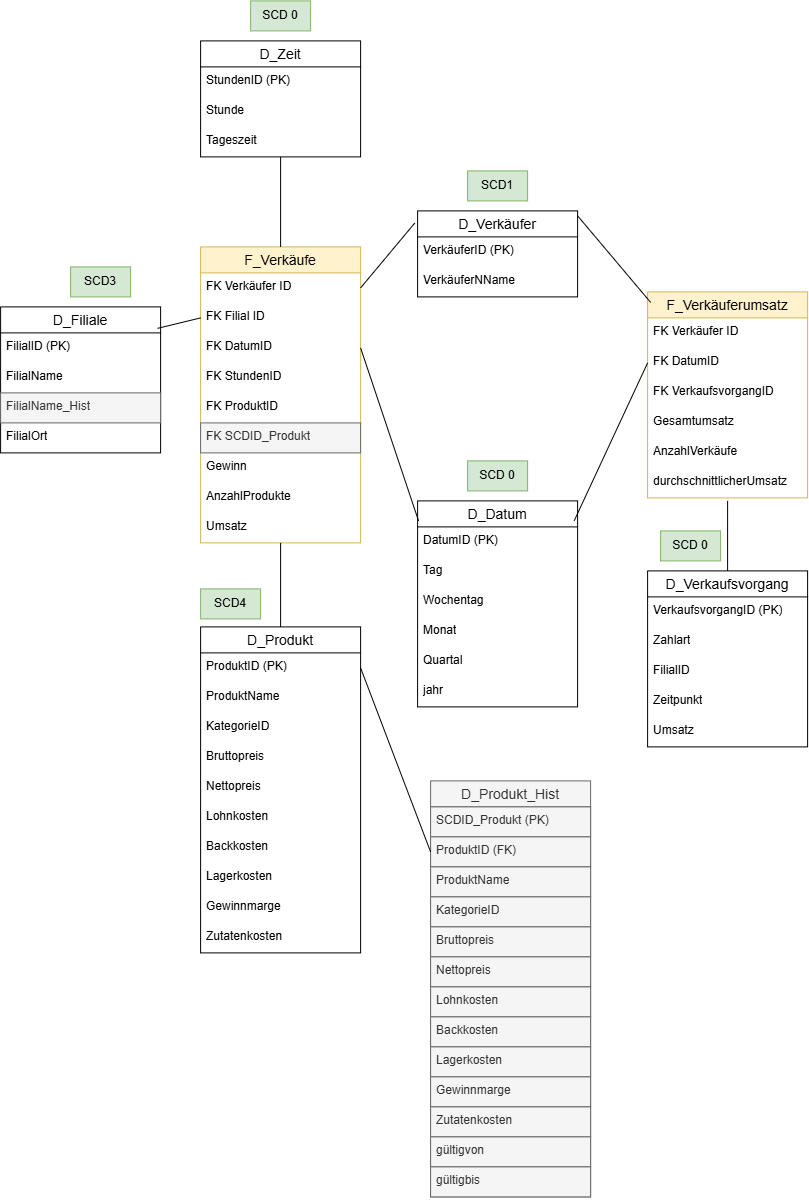
The draw.io diagram Präsentation/Galaxyschema_BrotZeit_mitSCD.png in Thoerchen/BackZeit, before a commit. Source tidied: cells renumbered, new cells last; positions are measured from the earlier drawing's top-left corner, leaving out a move shared by most shapes.
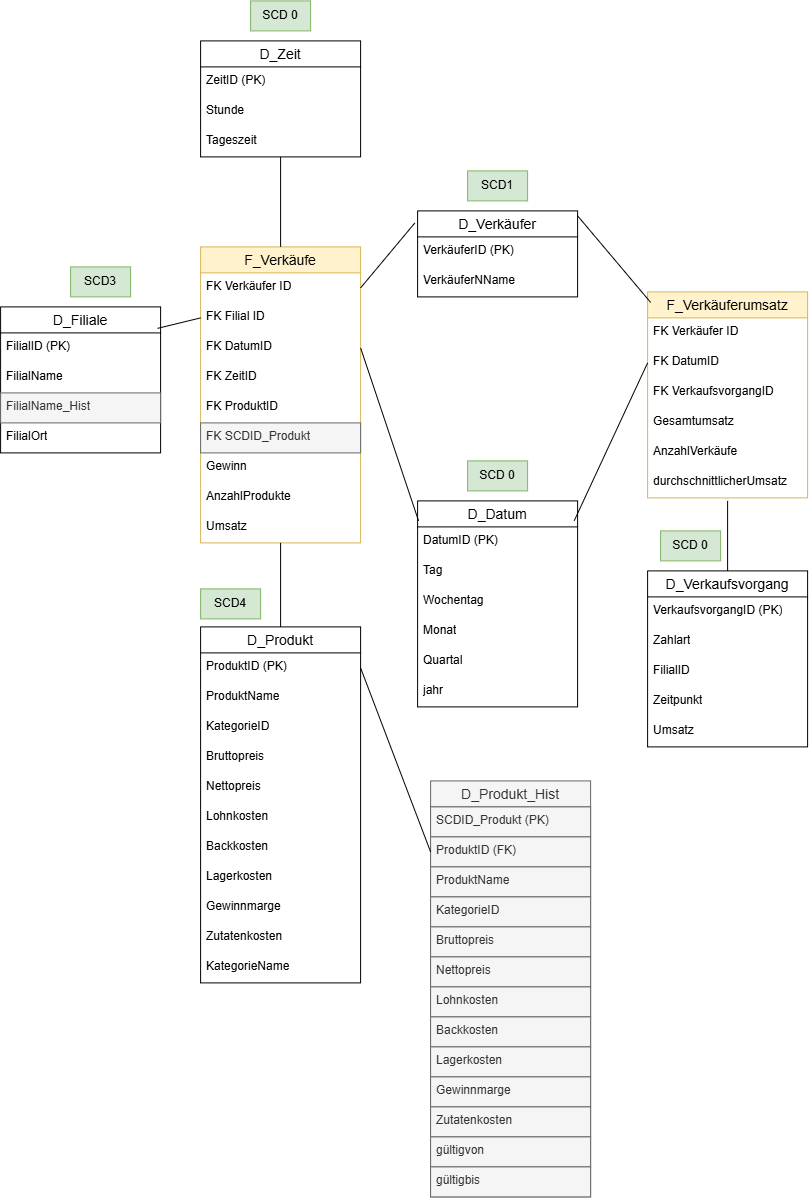
Above is the later version.

What changed in the source:
```diff
@@ -14,7 +14,7 @@
     <mxCell id="5" value="FK DatumID" style="text;strokeColor=none;fillColor=none;spacingLeft=4;spacingRight=4;overflow=hidden;points=[[0,0.5],[1,0.5]];portConstraint=eastwest;fontSize=12;whiteSpace=wrap;html=1;" parent="2" vertex="1">
       <mxGeometry y="86" width="160" height="30" as="geometry" />
     </mxCell>
-    <mxCell id="6" value="FK StundenID" style="text;strokeColor=none;fillColor=none;spacingLeft=4;spacingRight=4;overflow=hidden;fontSize=12;whiteSpace=wrap;html=1;" parent="2" vertex="1">
+    <mxCell id="6" value="FK ZeitID" style="text;strokeColor=none;fillColor=none;spacingLeft=4;spacingRight=4;overflow=hidden;fontSize=12;whiteSpace=wrap;html=1;" parent="2" vertex="1">
       <mxGeometry y="116" width="160" height="30" as="geometry" />
     </mxCell>
     <mxCell id="7" value="FK ProduktID" style="text;strokeColor=none;fillColor=none;spacingLeft=4;spacingRight=4;overflow=hidden;fontSize=12;whiteSpace=wrap;html=1;" parent="2" vertex="1">
@@ -80,7 +80,7 @@
     <mxCell id="27" value="D_Zeit" style="swimlane;fontStyle=0;horizontal=1;startSize=26;align=center;fontSize=14;" parent="1" vertex="1">
       <mxGeometry x="200" y="40" width="160" height="116" as="geometry" />
     </mxCell>
-    <mxCell id="28" value="StundenID (PK)" style="text;strokeColor=none;fillColor=none;spacingLeft=4;spacingRight=4;overflow=hidden;fontSize=12;whiteSpace=wrap;html=1;" parent="27" vertex="1">
+    <mxCell id="28" value="ZeitID (PK)" style="text;strokeColor=none;fillColor=none;spacingLeft=4;spacingRight=4;overflow=hidden;fontSize=12;whiteSpace=wrap;html=1;" parent="27" vertex="1">
       <mxGeometry y="26" width="160" height="30" as="geometry" />
     </mxCell>
     <mxCell id="29" value="Stunde" style="text;strokeColor=none;fillColor=none;spacingLeft=4;spacingRight=4;overflow=hidden;fontSize=12;whiteSpace=wrap;html=1;" parent="27" vertex="1">
@@ -90,7 +90,7 @@
       <mxGeometry y="86" width="160" height="30" as="geometry" />
     </mxCell>
     <mxCell id="31" value="D_Produkt" style="swimlane;fontStyle=0;horizontal=1;startSize=26;align=center;fontSize=14;" parent="1" vertex="1">
-      <mxGeometry x="200" y="626" width="160" height="326" as="geometry" />
+      <mxGeometry x="200" y="626" width="160" height="356" as="geometry" />
     </mxCell>
     <mxCell id="32" value="ProduktID (PK)" style="text;strokeColor=none;fillColor=none;spacingLeft=4;spacingRight=4;overflow=hidden;points=[[0,0.5],[1,0.5]];portConstraint=eastwest;fontSize=12;whiteSpace=wrap;html=1;" parent="31" vertex="1">
       <mxGeometry y="26" width="160" height="30" as="geometry" />
@@ -122,6 +122,9 @@
     <mxCell id="41" value="Zutatenkosten" style="text;strokeColor=none;fillColor=none;spacingLeft=4;spacingRight=4;overflow=hidden;fontSize=12;whiteSpace=wrap;html=1;" parent="31" vertex="1">
       <mxGeometry y="296" width="160" height="30" as="geometry" />
     </mxCell>
+    <mxCell id="84" value="KategorieName" style="text;strokeColor=none;fillColor=none;spacingLeft=4;spacingRight=4;overflow=hidden;fontSize=12;whiteSpace=wrap;html=1;" parent="31" vertex="1">
+      <mxGeometry y="326" width="160" height="30" as="geometry" />
+    </mxCell>
     <mxCell id="42" style="endArrow=none;html=1;rounded=0;entryX=0.5;entryY=1;entryDx=0;entryDy=0;exitX=0.5;exitY=0;exitDx=0;exitDy=0;" parent="1" edge="1" source="2" target="27">
       <mxGeometry relative="1" as="geometry" />
     </mxCell>
```
